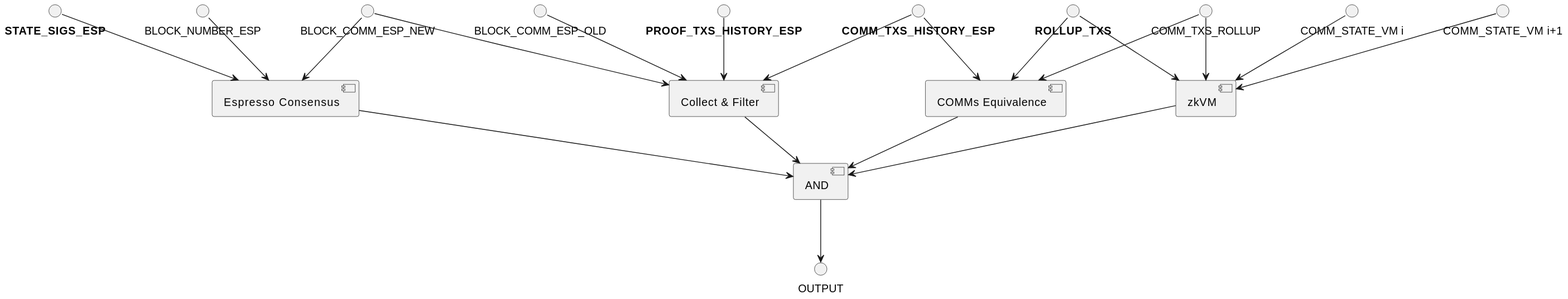
EspressoSystems/espresso-sequencer keeps this PlantUML diagram as doc/zk-rollup-circuit.svg. Above is the earlier version.
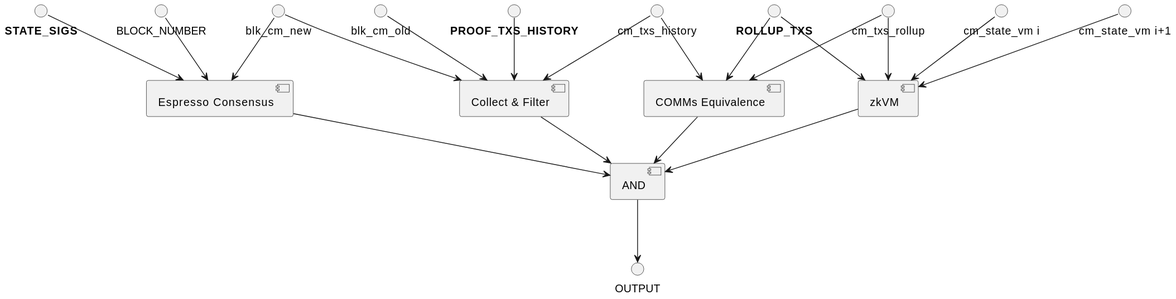
The same diagram one commit later.

Diff of the diagram source:
```diff
@@ -5,24 +5,24 @@
 [AND] as AND
 
 [zkVM] as ZK
-BLOCK_COMM_ESP_NEW --> EspCons
-"<b>STATE_SIGS_ESP</b>" --> EspCons
-BLOCK_NUMBER_ESP --> EspCons
+blk_cm_new --> EspCons
+"<b>STATE_SIGS</b>" --> EspCons
+BLOCK_NUMBER --> EspCons
 
 
-BLOCK_COMM_ESP_OLD --> CF
-BLOCK_COMM_ESP_NEW --> CF
-"<b>PROOF_TXS_HISTORY_ESP</b>" --> CF
+blk_cm_old --> CF
+blk_cm_new --> CF
+"<b>PROOF_TXS_HISTORY</b>" --> CF
 "<b>ROLLUP_TXS</b>" --> CE
 "<b>ROLLUP_TXS</b>" --> ZK
 
-COMM_TXS_ROLLUP --> CE
-"<b>COMM_TXS_HISTORY_ESP</b>" --> CE
-"<b>COMM_TXS_HISTORY_ESP</b>" --> CF
+cm_txs_rollup --> CE
+"cm_txs_history" --> CE
+"cm_txs_history" --> CF
 
-"COMM_STATE_VM i" --> ZK
-"COMM_STATE_VM i+1" --> ZK
-COMM_TXS_ROLLUP --> ZK
+"cm_state_vm i" --> ZK
+"cm_state_vm i+1" --> ZK
+cm_txs_rollup --> ZK
 
 EspCons -> AND
 ZK --> AND
```
